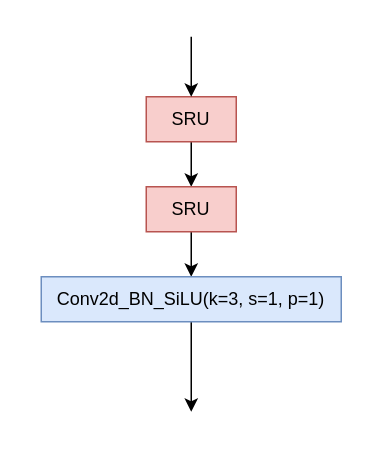
Before: drawio/SCConv.drawio in cvYouTian/Graph-of-Paper, a draw.io diagram. Source tidied: cells renumbered, new cells numbered last; positions are measured from the earlier drawing's top-left corner, leaving out a move shared by most shapes. Both pictures are drawn from the tidied source at 150%, with x=0, y=0 at pixel (40, 36).
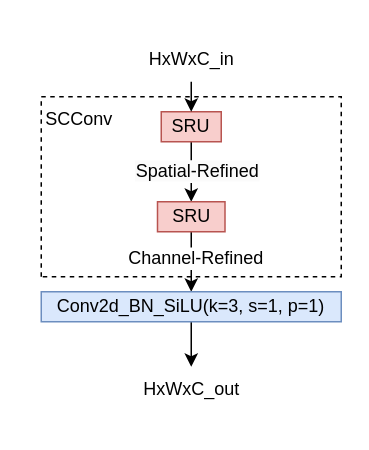
After the change.

What changed in the source:
```diff
@@
 <mxGraphModel>
   <root>
     <mxCell id="0" />
     <mxCell id="1" parent="0" />
     <mxCell id="2" style="edgeStyle=orthogonalEdgeStyle;rounded=0;jettySize=auto;html=1;exitX=0.5;exitY=1;exitDx=0;exitDy=0;" parent="1" edge="1" source="3" target="5">
       <mxGeometry relative="1" as="geometry" />
     </mxCell>
+    <mxCell id="9" value="&lt;span style=&quot;color: rgb(0, 0, 0); font-family: Helvetica; font-size: 12px; font-style: normal; font-variant-ligatures: normal; font-variant-caps: normal; font-weight: 400; letter-spacing: normal; orphans: 2; text-align: left; text-indent: 0px; text-transform: none; widows: 2; word-spacing: 0px; -webkit-text-stroke-width: 0px; background-color: rgb(251, 251, 251); text-decoration-thickness: initial; text-decoration-style: initial; text-decoration-color: initial; float: none; display: inline !important;&quot;&gt;Spatial-Refined&lt;/span&gt;" style="edgeLabel;html=1;align=center;verticalAlign=middle;" parent="2" vertex="1">
+      <mxGeometry x="-0.07" y="3" relative="1" as="geometry" />
+    </mxCell>
     <mxCell id="3" value="SRU" style="rounded=0;whiteSpace=wrap;html=1;fillColor=#f8cecc;strokeColor=#b85450;" parent="1" vertex="1">
-      <mxGeometry x="70" y="40" width="60" height="30" as="geometry" />
+      <mxGeometry x="80" y="50" width="40" height="20" as="geometry" />
     </mxCell>
     <mxCell id="4" style="edgeStyle=orthogonalEdgeStyle;rounded=0;jettySize=auto;html=1;exitX=0.5;exitY=1;exitDx=0;exitDy=0;entryX=0.5;entryY=0;entryDx=0;entryDy=0;" parent="1" edge="1" source="5" target="7">
       <mxGeometry relative="1" as="geometry" />
     </mxCell>
+    <mxCell id="10" value="&lt;font style=&quot;font-size: 12px;&quot;&gt;Channel-Refined&lt;/font&gt;" style="edgeLabel;html=1;align=center;verticalAlign=middle;" parent="4" vertex="1">
+      <mxGeometry x="-0.14" y="2" relative="1" as="geometry" />
+    </mxCell>
     <mxCell id="5" value="SRU" style="rounded=0;whiteSpace=wrap;html=1;fillColor=#f8cecc;strokeColor=#b85450;" parent="1" vertex="1">
-      <mxGeometry x="70" y="100" width="60" height="30" as="geometry" />
+      <mxGeometry x="77.5" y="110" width="45" height="20" as="geometry" />
     </mxCell>
     <mxCell id="6" style="edgeStyle=orthogonalEdgeStyle;rounded=0;jettySize=auto;html=1;exitX=0.5;exitY=1;exitDx=0;exitDy=0;" parent="1" edge="1" source="7">
       <mxGeometry relative="1" as="geometry">
-        <mxPoint x="100" y="250" as="targetPoint" />
+        <mxPoint x="100" y="220" as="targetPoint" />
       </mxGeometry>
     </mxCell>
     <mxCell id="7" value="Conv2d_BN_SiLU(k=3, s=1, p=1)" style="rounded=0;whiteSpace=wrap;html=1;fillColor=#dae8fc;strokeColor=#6c8ebf;" parent="1" vertex="1">
-      <mxGeometry y="160" width="200" height="30" as="geometry" />
+      <mxGeometry y="170" width="200" height="20" as="geometry" />
     </mxCell>
-    <mxCell id="8" style="endArrow=classic;html=1;rounded=0;entryX=0.5;entryY=0;entryDx=0;entryDy=0;" parent="1" edge="1" target="3">
-      <mxGeometry relative="1" as="geometry">
-        <mxPoint x="100" as="sourcePoint" />
-      </mxGeometry>
+    <mxCell id="8" style="endArrow=classic;html=1;rounded=0;entryX=0.5;entryY=0;entryDx=0;entryDy=0;" parent="1" edge="1" source="11" target="3">
+      <mxGeometry relative="1" as="geometry" />
     </mxCell>
+    <mxCell id="11" value="HxWxC_in" style="text;html=1;align=center;verticalAlign=middle;points=[];strokeColor=none;fillColor=none;" parent="1" vertex="1">
+      <mxGeometry x="60" width="80" height="30" as="geometry" />
+    </mxCell>
+    <mxCell id="12" value="HxWxC_out" style="text;html=1;align=center;verticalAlign=middle;strokeColor=none;fillColor=none;" parent="1" vertex="1">
+      <mxGeometry x="55" y="220" width="90" height="30" as="geometry" />
+    </mxCell>
+    <mxCell id="13" style="endArrow=none;dashed=1;html=1;rounded=0;" parent="1" edge="1">
+      <mxGeometry relative="1" as="geometry">
+        <mxPoint y="160" as="sourcePoint" />
+        <mxPoint y="160" as="targetPoint" />
+        <Array as="points">
+          <mxPoint y="40" />
+          <mxPoint x="200" y="40" />
+          <mxPoint x="200" y="160" />
+        </Array>
+      </mxGeometry>
+    </mxCell>
+    <mxCell id="14" value="SCConv" style="text;html=1;align=center;verticalAlign=middle;strokeColor=none;fillColor=none;" parent="1" vertex="1">
+      <mxGeometry x="-10" y="40" width="70" height="30" as="geometry" />
+    </mxCell>
   </root>
 </mxGraphModel>
```
